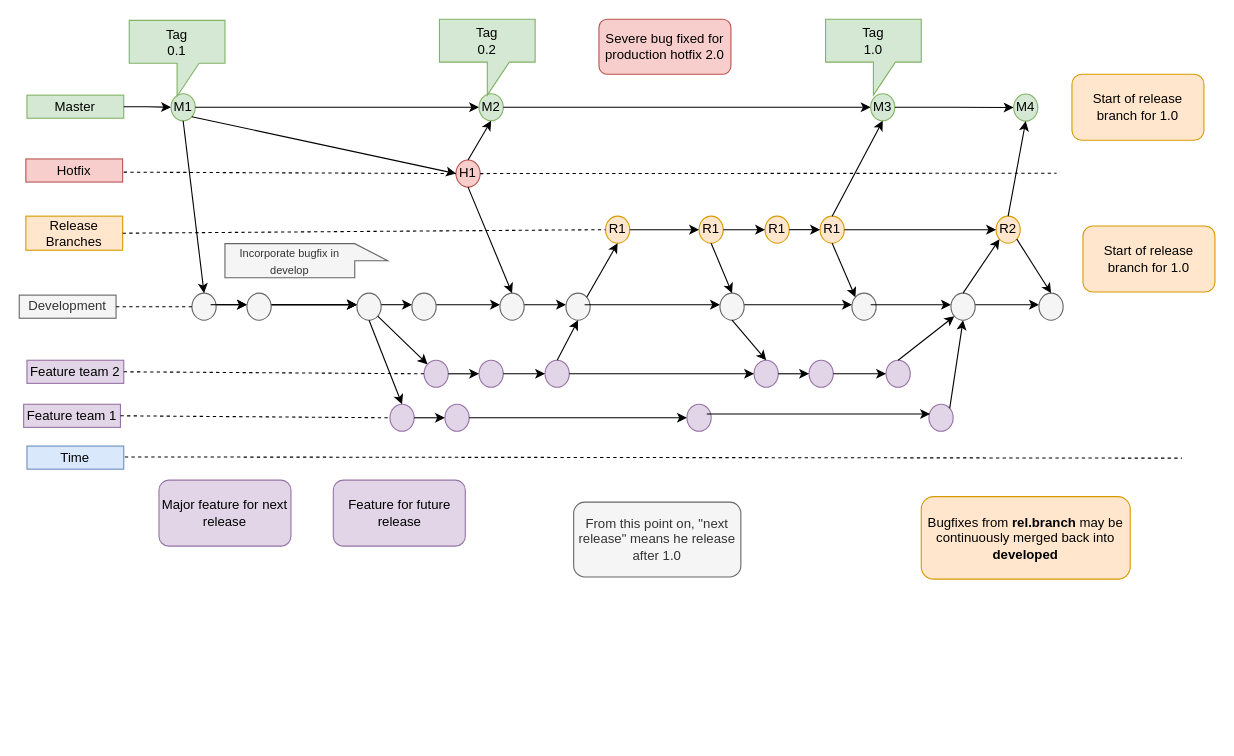
Above: Foot_Git.drawio in SaiTejdev/Foot_Draw (draw.io), before the change. Source tidied: cells renumbered, new cells numbered last; positions are measured from the earlier drawing's top-left corner, leaving out a move shared by most shapes. Both pictures are drawn from the tidied source at 110%, with x=0, y=0 at pixel (19, 19).
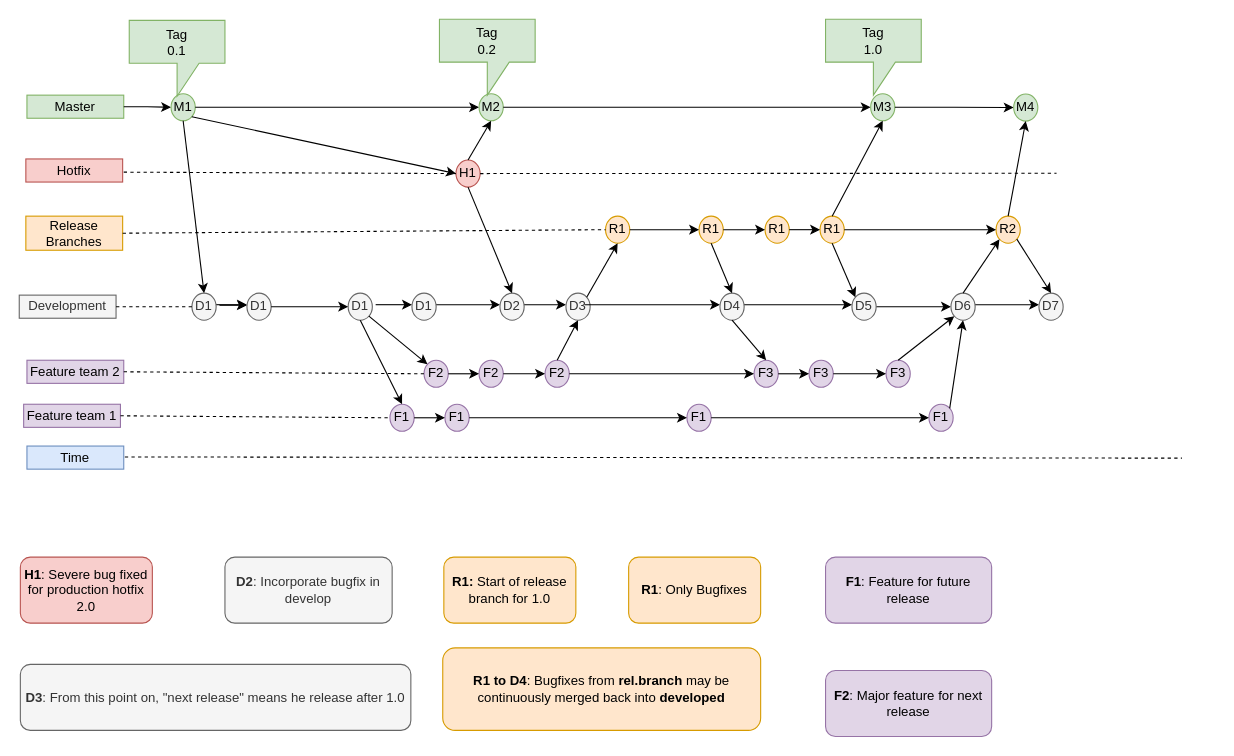
After the change.

Diff of the diagram source:
```diff
@@
-    <mxCell id="7" style="ellipse;whiteSpace=wrap;html=1;fontSize=12;fillColor=#e1d5e7;strokeColor=#9673a6;direction=west;flipH=0;" parent="1" vertex="1">
+    <mxCell id="7" value="F1" style="ellipse;whiteSpace=wrap;html=1;fontSize=12;fillColor=#e1d5e7;strokeColor=#9673a6;direction=west;flipH=0;" parent="1" vertex="1">
       <mxGeometry x="337" y="350" width="22" height="24.6" as="geometry" />
     </mxCell>
-    <mxCell id="8" style="ellipse;whiteSpace=wrap;html=1;fontSize=12;fillColor=#e1d5e7;strokeColor=#9673a6;direction=west;flipH=0;" parent="1" vertex="1">
+    <mxCell id="8" value="F1" style="ellipse;whiteSpace=wrap;html=1;fontSize=12;fillColor=#e1d5e7;strokeColor=#9673a6;direction=west;flipH=0;" parent="1" vertex="1">
       <mxGeometry x="387" y="350" width="22" height="24.6" as="geometry" />
     </mxCell>
-    <mxCell id="9" style="ellipse;whiteSpace=wrap;html=1;fontSize=12;fillColor=#e1d5e7;strokeColor=#9673a6;direction=west;flipH=0;" parent="1" vertex="1">
+    <mxCell id="9" value="F1" style="ellipse;whiteSpace=wrap;html=1;fontSize=12;fillColor=#e1d5e7;strokeColor=#9673a6;direction=west;flipH=0;" parent="1" vertex="1">
       <mxGeometry x="607" y="350" width="22" height="24.6" as="geometry" />
     </mxCell>
-    <mxCell id="10" style="ellipse;whiteSpace=wrap;html=1;fontSize=12;fillColor=#e1d5e7;strokeColor=#9673a6;direction=west;flipH=0;" parent="1" vertex="1">
+    <mxCell id="10" value="F1" style="ellipse;whiteSpace=wrap;html=1;fontSize=12;fillColor=#e1d5e7;strokeColor=#9673a6;direction=west;flipH=0;" parent="1" vertex="1">
       <mxGeometry x="827" y="350" width="22" height="24.6" as="geometry" />
     </mxCell>
@@
-    <mxCell id="28" style="ellipse;whiteSpace=wrap;html=1;fontSize=12;fillColor=#f5f5f5;strokeColor=#666666;fontColor=#333333;direction=west;flipH=0;" parent="1" vertex="1">
+    <mxCell id="28" value="D1" style="ellipse;whiteSpace=wrap;html=1;fontSize=12;fillColor=#f5f5f5;strokeColor=#666666;fontColor=#333333;direction=west;flipH=0;" parent="1" vertex="1">
       <mxGeometry x="357" y="249" width="22" height="24.6" as="geometry" />
     </mxCell>
@@
-    <mxCell id="30" style="ellipse;whiteSpace=wrap;html=1;fontSize=12;fillColor=#f5f5f5;strokeColor=#666666;fontColor=#333333;direction=west;flipH=0;" parent="1" vertex="1">
+    <mxCell id="30" value="D2" style="ellipse;whiteSpace=wrap;html=1;fontSize=12;fillColor=#f5f5f5;strokeColor=#666666;fontColor=#333333;direction=west;flipH=0;" parent="1" vertex="1">
       <mxGeometry x="437" y="249" width="22" height="24.6" as="geometry" />
     </mxCell>
@@
+    <mxCell id="102" style="edgeStyle=orthogonalEdgeStyle;rounded=0;jettySize=auto;html=1;exitX=0;exitY=0.5;exitDx=0;exitDy=0;entryX=1;entryY=0.5;entryDx=0;entryDy=0;" parent="1" edge="1" source="32" target="37">
+      <mxGeometry relative="1" as="geometry" />
+    </mxCell>
-    <mxCell id="32" style="ellipse;whiteSpace=wrap;html=1;fontSize=12;fillColor=#f5f5f5;strokeColor=#666666;fontColor=#333333;direction=west;flipH=0;" parent="1" vertex="1">
+    <mxCell id="32" value="D5" style="ellipse;whiteSpace=wrap;html=1;fontSize=12;fillColor=#f5f5f5;strokeColor=#666666;fontColor=#333333;direction=west;flipH=0;" parent="1" vertex="1">
       <mxGeometry x="757" y="249" width="22" height="24.6" as="geometry" />
     </mxCell>
-    <mxCell id="33" style="ellipse;whiteSpace=wrap;html=1;fontSize=12;fillColor=#f5f5f5;strokeColor=#666666;fontColor=#333333;direction=west;flipH=0;" parent="1" vertex="1">
+    <mxCell id="33" value="D7" style="ellipse;whiteSpace=wrap;html=1;fontSize=12;fillColor=#f5f5f5;strokeColor=#666666;fontColor=#333333;direction=west;flipH=0;" parent="1" vertex="1">
       <mxGeometry x="927" y="249" width="22" height="24.6" as="geometry" />
     </mxCell>
@@
-    <mxCell id="35" style="ellipse;whiteSpace=wrap;html=1;fontSize=12;fillColor=#f5f5f5;strokeColor=#666666;fontColor=#333333;direction=west;flipH=0;" parent="1" vertex="1">
+    <mxCell id="35" value="D3" style="ellipse;whiteSpace=wrap;html=1;fontSize=12;fillColor=#f5f5f5;strokeColor=#666666;fontColor=#333333;direction=west;flipH=0;" parent="1" vertex="1">
       <mxGeometry x="497" y="249" width="22" height="24.6" as="geometry" />
     </mxCell>
-    <mxCell id="36" style="edgeStyle=orthogonalEdgeStyle;rounded=0;orthogonalLoop=1;jettySize=auto;html=1;entryX=1;entryY=0.5;entryDx=0;entryDy=0;" parent="1" edge="1">
-      <mxGeometry relative="1" as="geometry">
-        <mxPoint x="774" y="259.5" as="sourcePoint" />
-        <mxPoint x="847" y="259.5" as="targetPoint" />
-      </mxGeometry>
-    </mxCell>
-    <mxCell id="37" style="ellipse;whiteSpace=wrap;html=1;fontSize=12;fillColor=#f5f5f5;strokeColor=#666666;fontColor=#333333;direction=west;flipH=0;" parent="1" vertex="1">
+    <mxCell id="37" value="D6" style="ellipse;whiteSpace=wrap;html=1;fontSize=12;fillColor=#f5f5f5;strokeColor=#666666;fontColor=#333333;direction=west;flipH=0;" parent="1" vertex="1">
       <mxGeometry x="847" y="249" width="22" height="24.6" as="geometry" />
     </mxCell>
@@
-    <mxCell id="39" style="edgeStyle=orthogonalEdgeStyle;rounded=0;orthogonalLoop=1;jettySize=auto;html=1;" parent="1" edge="1">
-      <mxGeometry relative="1" as="geometry">
-        <mxPoint x="224" y="259.5" as="sourcePoint" />
-        <mxPoint x="307" y="259.5" as="targetPoint" />
-      </mxGeometry>
-    </mxCell>
-    <mxCell id="40" style="ellipse;whiteSpace=wrap;html=1;fontSize=12;fillColor=#f5f5f5;fontColor=#333333;strokeColor=#666666;direction=west;flipH=0;" parent="1" vertex="1">
+    <mxCell id="40" value="D1" style="ellipse;whiteSpace=wrap;html=1;fontSize=12;fillColor=#f5f5f5;fontColor=#333333;strokeColor=#666666;direction=west;flipH=0;" parent="1" vertex="1">
       <mxGeometry x="157" y="249" width="22" height="24.6" as="geometry" />
     </mxCell>
-    <mxCell id="41" style="edgeStyle=orthogonalEdgeStyle;rounded=0;orthogonalLoop=1;jettySize=auto;html=1;" parent="1" edge="1">
-      <mxGeometry relative="1" as="geometry">
-        <mxPoint x="224" y="259.5" as="sourcePoint" />
-        <mxPoint x="307" y="259.5" as="targetPoint" />
-      </mxGeometry>
-    </mxCell>
-    <mxCell id="42" style="edgeStyle=orthogonalEdgeStyle;rounded=0;orthogonalLoop=1;jettySize=auto;html=1;" parent="1" edge="1">
-      <mxGeometry relative="1" as="geometry">
-        <mxPoint x="224" y="259.5" as="sourcePoint" />
-        <mxPoint x="307" y="259.5" as="targetPoint" />
-      </mxGeometry>
-    </mxCell>
@@
-    <mxCell id="44" style="ellipse;whiteSpace=wrap;html=1;fontSize=12;fillColor=#f5f5f5;strokeColor=#666666;fontColor=#333333;direction=west;flipH=0;" parent="1" vertex="1">
+    <mxCell id="44" value="D4" style="ellipse;whiteSpace=wrap;html=1;fontSize=12;fillColor=#f5f5f5;strokeColor=#666666;fontColor=#333333;direction=west;flipH=0;" parent="1" vertex="1">
       <mxGeometry x="637" y="249" width="22" height="24.6" as="geometry" />
     </mxCell>
@@
-    <mxCell id="46" style="ellipse;whiteSpace=wrap;html=1;fontSize=12;fillColor=#f5f5f5;strokeColor=#666666;fontColor=#333333;direction=west;flipH=0;" parent="1" vertex="1">
-      <mxGeometry x="307" y="249" width="22" height="24.6" as="geometry" />
+    <mxCell id="46" value="D1" style="ellipse;whiteSpace=wrap;html=1;fontSize=12;fillColor=#f5f5f5;strokeColor=#666666;fontColor=#333333;direction=west;flipH=0;" parent="1" vertex="1">
+      <mxGeometry x="299" y="249" width="22" height="24.6" as="geometry" />
     </mxCell>
     <mxCell id="47" style="edgeStyle=orthogonalEdgeStyle;rounded=0;orthogonalLoop=1;jettySize=auto;html=1;" parent="1" edge="1">
       <mxGeometry relative="1" as="geometry">
-        <mxPoint x="174" y="259.5" as="sourcePoint" />
+        <mxPoint x="182" y="260" as="sourcePoint" />
         <mxPoint x="207" y="259.5" as="targetPoint" />
       </mxGeometry>
     </mxCell>
-    <mxCell id="48" style="ellipse;whiteSpace=wrap;html=1;fontSize=12;fillColor=#f5f5f5;strokeColor=#666666;fontColor=#333333;direction=west;flipH=0;" parent="1" vertex="1">
+    <mxCell id="48" value="D1" style="ellipse;whiteSpace=wrap;html=1;fontSize=12;fillColor=#f5f5f5;strokeColor=#666666;fontColor=#333333;direction=west;flipH=0;" parent="1" vertex="1">
       <mxGeometry x="207" y="249" width="22" height="24.6" as="geometry" />
     </mxCell>
@@
-    <mxCell id="50" style="ellipse;whiteSpace=wrap;html=1;fontSize=12;fillColor=#e1d5e7;strokeColor=#9673a6;direction=west;flipH=0;" parent="1" vertex="1">
+    <mxCell id="50" value="F2" style="ellipse;whiteSpace=wrap;html=1;fontSize=12;fillColor=#e1d5e7;strokeColor=#9673a6;direction=west;flipH=0;" parent="1" vertex="1">
       <mxGeometry x="368" y="310" width="22" height="24.6" as="geometry" />
     </mxCell>
-    <mxCell id="51" style="ellipse;whiteSpace=wrap;html=1;fontSize=12;fillColor=#e1d5e7;strokeColor=#9673a6;direction=west;flipH=0;" parent="1" vertex="1">
+    <mxCell id="51" value="F2" style="ellipse;whiteSpace=wrap;html=1;fontSize=12;fillColor=#e1d5e7;strokeColor=#9673a6;direction=west;flipH=0;" parent="1" vertex="1">
       <mxGeometry x="418" y="310" width="22" height="24.6" as="geometry" />
     </mxCell>
-    <mxCell id="52" style="ellipse;whiteSpace=wrap;html=1;fontSize=12;fillColor=#e1d5e7;strokeColor=#9673a6;direction=west;flipH=0;" parent="1" vertex="1">
+    <mxCell id="52" value="F3" style="ellipse;whiteSpace=wrap;html=1;fontSize=12;fillColor=#e1d5e7;strokeColor=#9673a6;direction=west;flipH=0;" parent="1" vertex="1">
       <mxGeometry x="668" y="310" width="22" height="24.6" as="geometry" />
     </mxCell>
-    <mxCell id="53" style="ellipse;whiteSpace=wrap;html=1;fontSize=12;fillColor=#e1d5e7;strokeColor=#9673a6;direction=west;flipH=0;" parent="1" vertex="1">
+    <mxCell id="53" value="F3" style="ellipse;whiteSpace=wrap;html=1;fontSize=12;fillColor=#e1d5e7;strokeColor=#9673a6;direction=west;flipH=0;" parent="1" vertex="1">
       <mxGeometry x="788" y="310" width="22" height="24.6" as="geometry" />
     </mxCell>
-    <mxCell id="54" style="ellipse;whiteSpace=wrap;html=1;fontSize=12;fillColor=#e1d5e7;strokeColor=#9673a6;direction=west;flipH=0;" parent="1" vertex="1">
+    <mxCell id="54" value="F2" style="ellipse;whiteSpace=wrap;html=1;fontSize=12;fillColor=#e1d5e7;strokeColor=#9673a6;direction=west;flipH=0;" parent="1" vertex="1">
       <mxGeometry x="478" y="310" width="22" height="24.6" as="geometry" />
     </mxCell>
-    <mxCell id="55" style="ellipse;whiteSpace=wrap;html=1;fontSize=12;fillColor=#e1d5e7;strokeColor=#9673a6;direction=west;flipH=0;" parent="1" vertex="1">
+    <mxCell id="55" value="F3" style="ellipse;whiteSpace=wrap;html=1;fontSize=12;fillColor=#e1d5e7;strokeColor=#9673a6;direction=west;flipH=0;" parent="1" vertex="1">
       <mxGeometry x="718" y="310" width="22" height="24.6" as="geometry" />
     </mxCell>
@@
-    <mxCell id="81" value="&lt;font style=&quot;font-size: 10px;&quot;&gt;Incorporate bugfix in develop&lt;br&gt;&lt;/font&gt;" style="shape=callout;whiteSpace=wrap;html=1;perimeter=calloutPerimeter;direction=north;fillColor=#f5f5f5;strokeColor=#666666;fontColor=#333333;" parent="1" vertex="1">
-      <mxGeometry x="187" y="204" width="148" height="31" as="geometry" />
-    </mxCell>
-    <mxCell id="82" value="Severe bug fixed for production hotfix 2.0" style="rounded=1;whiteSpace=wrap;html=1;fillColor=#f8cecc;strokeColor=#b85450;" parent="1" vertex="1">
-      <mxGeometry x="527" width="120" height="50" as="geometry" />
-    </mxCell>
-    <mxCell id="83" value="Start of release branch for 1.0" style="rounded=1;whiteSpace=wrap;html=1;fillColor=#ffe6cc;strokeColor=#d79b00;" parent="1" vertex="1">
-      <mxGeometry x="957" y="50" width="120" height="60" as="geometry" />
-    </mxCell>
-    <mxCell id="84" value="Start of release branch for 1.0" style="rounded=1;whiteSpace=wrap;html=1;fillColor=#ffe6cc;strokeColor=#d79b00;" parent="1" vertex="1">
-      <mxGeometry x="967" y="188" width="120" height="60" as="geometry" />
-    </mxCell>
-    <mxCell id="85" value="Major feature for next release" style="rounded=1;whiteSpace=wrap;html=1;fillColor=#e1d5e7;strokeColor=#9673a6;" parent="1" vertex="1">
-      <mxGeometry x="127" y="419" width="120" height="60" as="geometry" />
-    </mxCell>
-    <mxCell id="86" value="Feature for future release" style="rounded=1;whiteSpace=wrap;html=1;fillColor=#e1d5e7;strokeColor=#9673a6;" parent="1" vertex="1">
-      <mxGeometry x="285.5" y="419" width="120" height="60" as="geometry" />
-    </mxCell>
-    <mxCell id="87" value="From this point on, &quot;next release&quot; means he release after 1.0" style="rounded=1;whiteSpace=wrap;html=1;fillColor=#f5f5f5;strokeColor=#666666;fontColor=#333333;" parent="1" vertex="1">
-      <mxGeometry x="504" y="439" width="152" height="68" as="geometry" />
-    </mxCell>
-    <mxCell id="88" value="Bugfixes from &lt;b&gt;rel.branch&lt;/b&gt; may be continuously merged back into &lt;b&gt;developed&lt;/b&gt;" style="rounded=1;whiteSpace=wrap;html=1;fillColor=#ffe6cc;strokeColor=#d79b00;" parent="1" vertex="1">
-      <mxGeometry x="820" y="434" width="190" height="75" as="geometry" />
-    </mxCell>
@@
-    <mxCell id="91" style="endArrow=classic;html=1;rounded=0;exitX=0;exitY=0.5;exitDx=0;exitDy=0;entryX=1;entryY=0.5;entryDx=0;entryDy=0;" parent="1" edge="1">
-      <mxGeometry relative="1" as="geometry">
-        <mxPoint x="625" y="358.9" as="sourcePoint" />
-        <mxPoint x="828" y="358.9" as="targetPoint" />
-      </mxGeometry>
+    <mxCell id="91" style="endArrow=classic;html=1;rounded=0;exitX=0;exitY=0.5;exitDx=0;exitDy=0;entryX=1;entryY=0.5;entryDx=0;entryDy=0;" parent="1" edge="1" source="9" target="10">
+      <mxGeometry relative="1" as="geometry" />
     </mxCell>
@@
+    <mxCell id="103" style="endArrow=classic;html=1;rounded=0;exitX=0;exitY=0.5;exitDx=0;exitDy=0;entryX=1;entryY=0.5;entryDx=0;entryDy=0;" parent="1" edge="1" source="48" target="46">
+      <mxGeometry relative="1" as="geometry" />
+    </mxCell>
+    <mxCell id="82" value="&lt;b&gt;H1&lt;/b&gt;: Severe bug fixed for production hotfix 2.0" style="rounded=1;whiteSpace=wrap;html=1;fillColor=#f8cecc;strokeColor=#b85450;" parent="1" vertex="1">
+      <mxGeometry x="1" y="489" width="120" height="60" as="geometry" />
+    </mxCell>
+    <mxCell id="83" value="&lt;b&gt;R1&lt;/b&gt;: Only Bugfixes" style="rounded=1;whiteSpace=wrap;html=1;fillColor=#ffe6cc;strokeColor=#d79b00;" parent="1" vertex="1">
+      <mxGeometry x="554" y="489" width="120" height="60" as="geometry" />
+    </mxCell>
+    <mxCell id="84" value="&lt;b&gt;R1: &lt;/b&gt;Start of release branch for 1.0" style="rounded=1;whiteSpace=wrap;html=1;fillColor=#ffe6cc;strokeColor=#d79b00;" parent="1" vertex="1">
+      <mxGeometry x="386" y="489" width="120" height="60" as="geometry" />
+    </mxCell>
+    <mxCell id="85" value="&lt;b&gt;F2&lt;/b&gt;: Major feature for next release" style="rounded=1;whiteSpace=wrap;html=1;fillColor=#e1d5e7;strokeColor=#9673a6;" parent="1" vertex="1">
+      <mxGeometry x="733" y="592" width="151" height="60" as="geometry" />
+    </mxCell>
+    <mxCell id="86" value="&lt;b&gt;F1&lt;/b&gt;: Feature for future release" style="rounded=1;whiteSpace=wrap;html=1;fillColor=#e1d5e7;strokeColor=#9673a6;" parent="1" vertex="1">
+      <mxGeometry x="733" y="489" width="151" height="60" as="geometry" />
+    </mxCell>
+    <mxCell id="87" value="&lt;b&gt;D3&lt;/b&gt;: From this point on, &quot;next release&quot; means he release after 1.0" style="rounded=1;whiteSpace=wrap;html=1;fillColor=#f5f5f5;strokeColor=#666666;fontColor=#333333;" parent="1" vertex="1">
+      <mxGeometry x="1" y="586.5" width="355" height="60" as="geometry" />
+    </mxCell>
+    <mxCell id="88" value="&lt;b&gt;R1 to D4&lt;/b&gt;: Bugfixes from &lt;b&gt;rel.branch&lt;/b&gt; may be continuously merged back into &lt;b&gt;developed&lt;/b&gt;" style="rounded=1;whiteSpace=wrap;html=1;fillColor=#ffe6cc;strokeColor=#d79b00;" parent="1" vertex="1">
+      <mxGeometry x="385" y="571.5" width="289" height="75" as="geometry" />
+    </mxCell>
+    <mxCell id="104" value="&lt;b&gt;D2&lt;/b&gt;: Incorporate bugfix in develop" style="rounded=1;whiteSpace=wrap;html=1;fillColor=#f5f5f5;strokeColor=#666666;fontColor=#333333;" parent="1" vertex="1">
+      <mxGeometry x="187" y="489" width="152" height="60" as="geometry" />
+    </mxCell>
```
